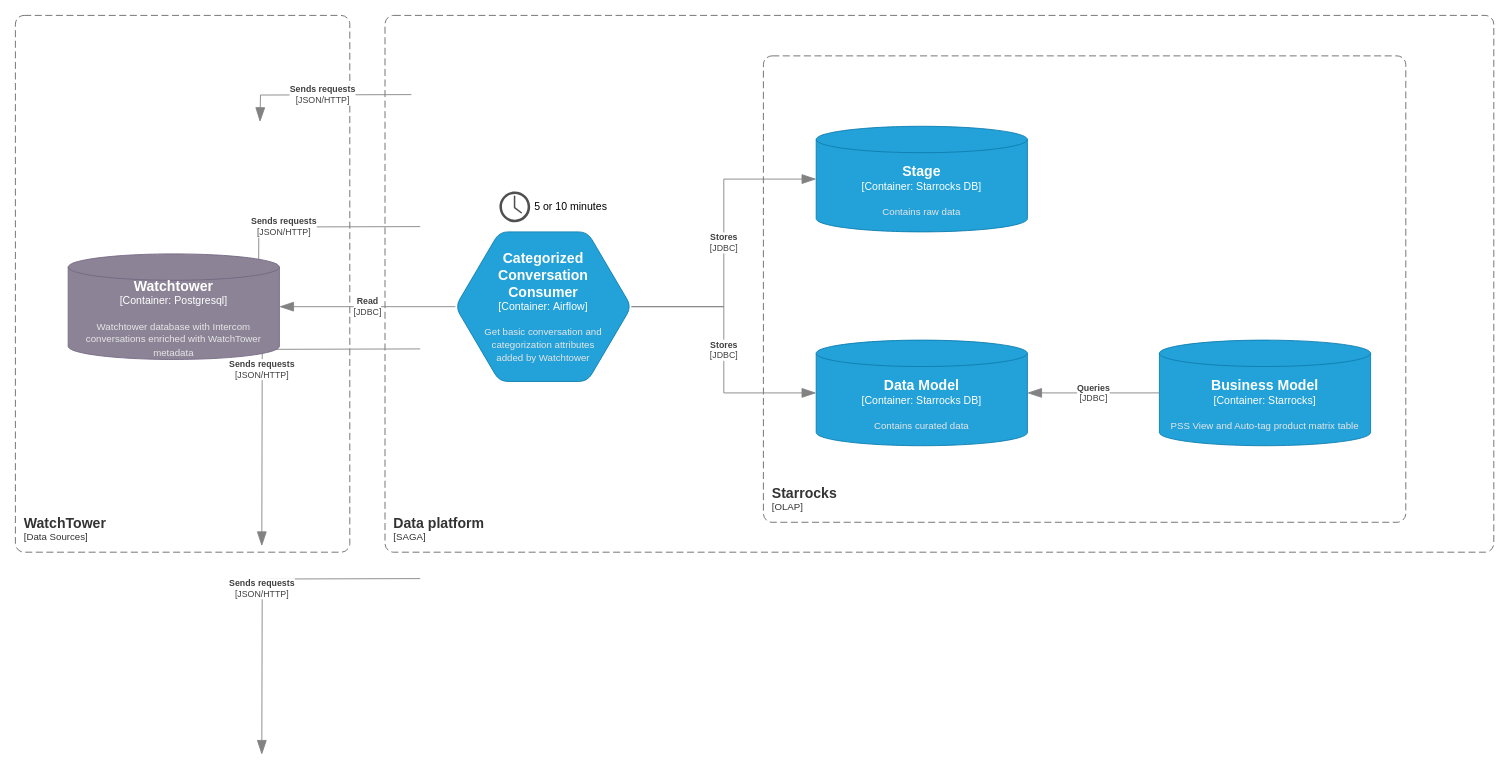
This is page "Page-1" (1 of 4) of contact-management-watchtower/intercom-watchtower-2.drawio from diemisan/draw-io, a draw.io file, before an edit. Source tidied: cells renumbered, new cells numbered last; positions are measured from the earlier drawing's top-left corner, leaving out a move shared by most shapes. Both pictures are drawn from the tidied source at 88%, with x=0, y=0 at pixel (15, 15).
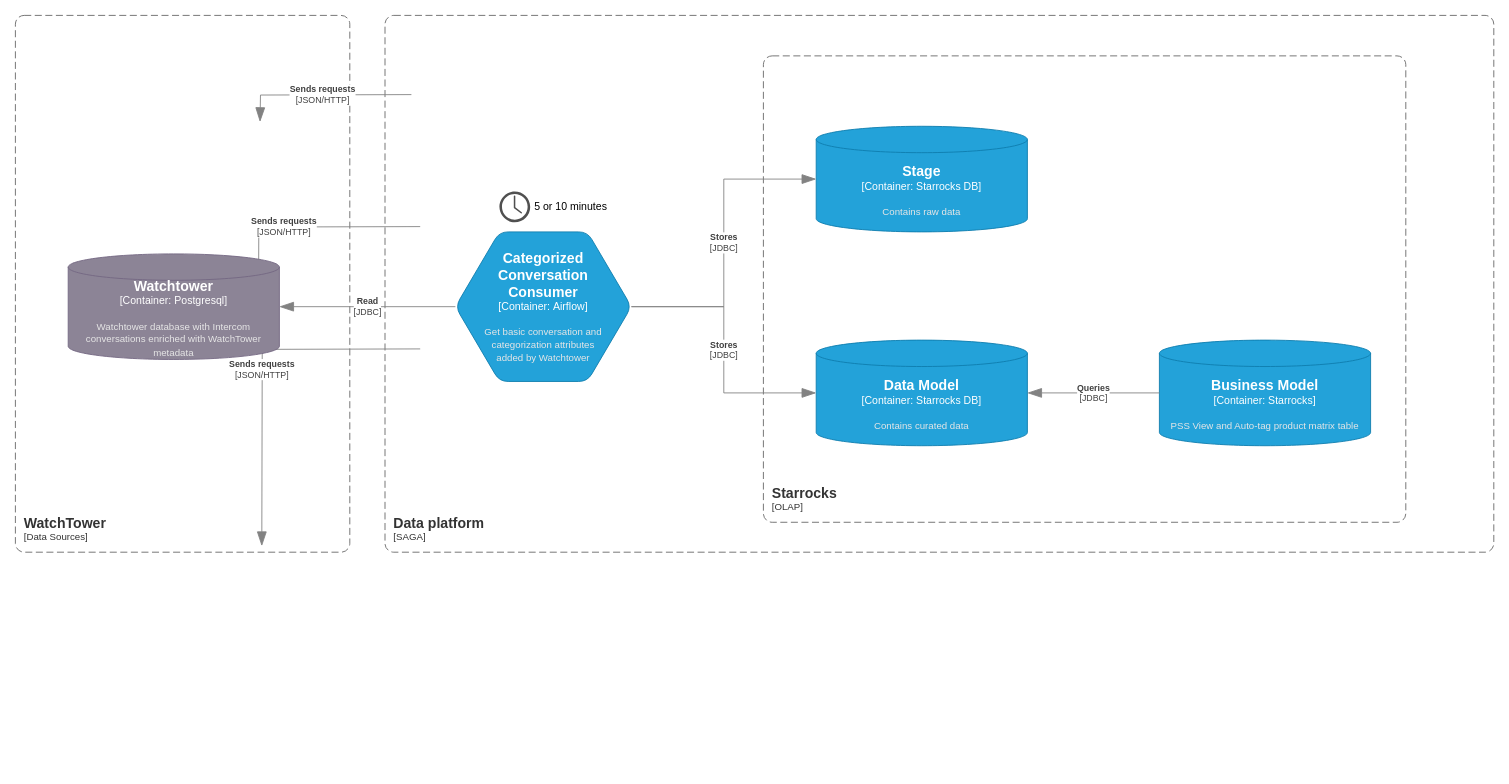
After the change.

Change to the diagram source:
```diff
@@
-    <object id="10" label="&lt;div style=&quot;text-align: left&quot;&gt;&lt;div style=&quot;text-align: center&quot;&gt;&lt;b&gt;%c4Description%&lt;/b&gt;&lt;/div&gt;&lt;div style=&quot;text-align: center&quot;&gt;[%c4Technology%]&lt;/div&gt;&lt;/div&gt;" c4Description="Sends requests" c4Technology="JSON/HTTP" placeholders="1">
-      <mxCell style="endArrow=blockThin;html=1;fontSize=10;fontColor=#404040;strokeWidth=1;endFill=1;strokeColor=#828282;elbow=vertical;endSize=14;startSize=14;jumpStyle=arc;jumpSize=16;rounded=0;edgeStyle=orthogonalEdgeStyle;exitX=0;exitY=0.5;exitDx=0;exitDy=0;exitPerimeter=0;entryX=1;entryY=0.5;entryDx=0;entryDy=0;entryPerimeter=0;" parent="1" edge="1">
-        <mxGeometry relative="1" as="geometry">
-          <mxPoint x="460" y="640" as="sourcePoint" />
-          <mxPoint x="280" y="840" as="targetPoint" />
-        </mxGeometry>
-      </mxCell>
-    </object>
```
